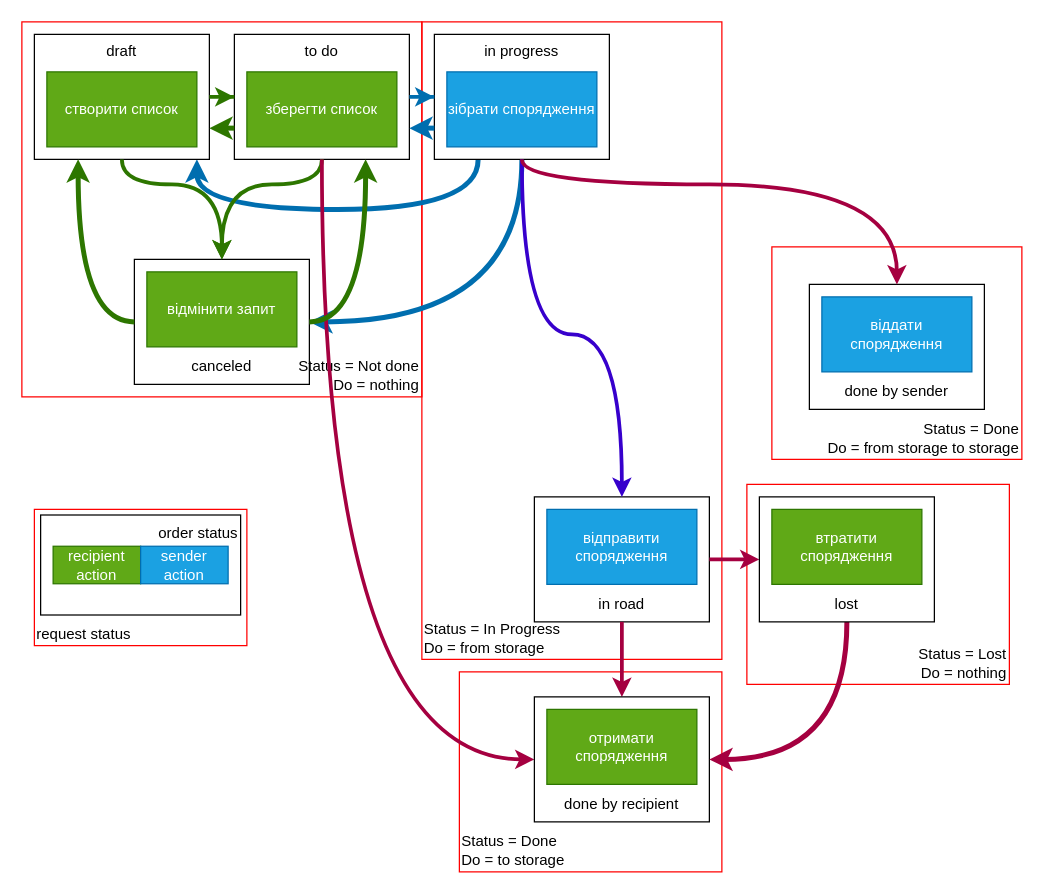
The draw.io diagram drawio/status processing.drawio in Aszhelt/MH_Training, before the edit. Source tidied: cells renumbered, new cells numbered last; positions are measured from the earlier drawing's top-left corner, leaving out a move shared by most shapes. Both pictures are drawn from the tidied source at 125%, with x=0, y=0 at pixel (21, 21).
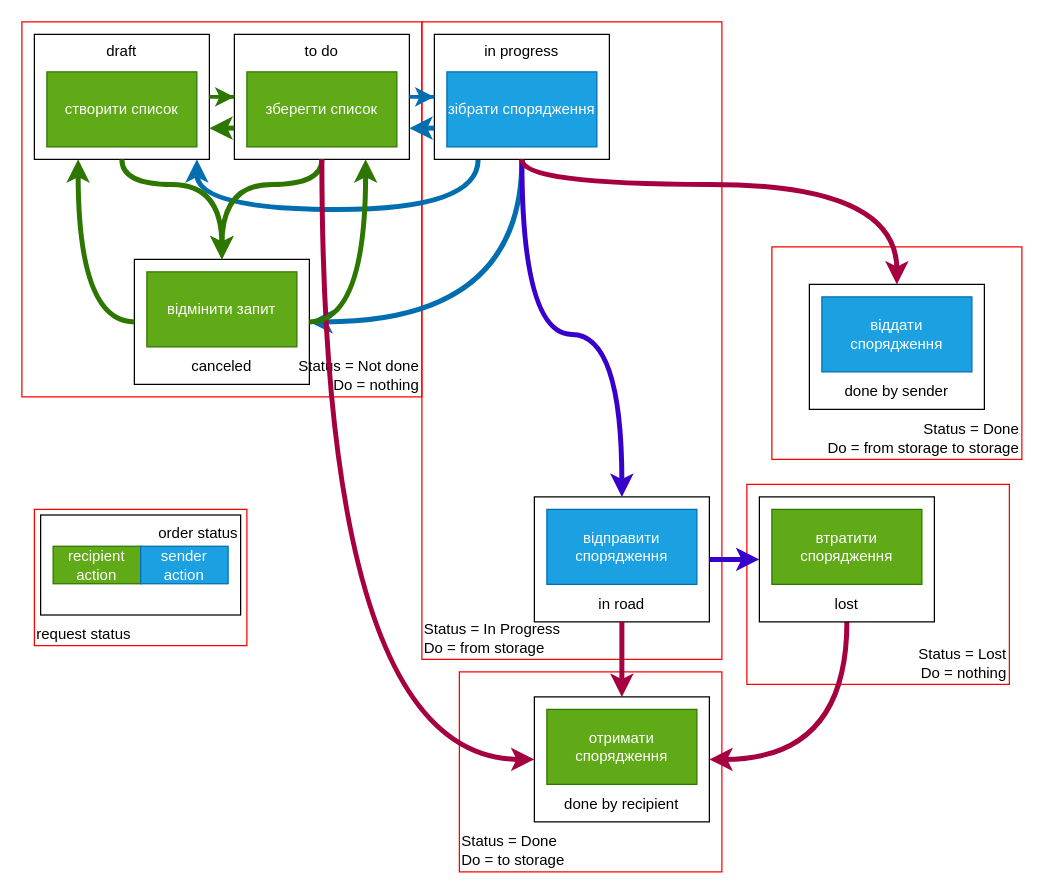
After the change.

The change refers to these unchanged cells:
```xml
<mxCell id="4" value="&lt;br&gt;&lt;br&gt;&lt;br&gt;&lt;br&gt;&lt;br&gt;done by sender" style="rounded=0;whiteSpace=wrap;html=1;fillColor=none;" parent="1" vertex="1">
  <mxGeometry x="630" y="210" width="140" height="100" as="geometry" />
</mxCell>
<mxCell id="5" value="&lt;br&gt;&lt;br&gt;&lt;br&gt;&lt;br&gt;&lt;br&gt;in road" style="rounded=0;whiteSpace=wrap;html=1;fillColor=none;" parent="1" vertex="1">
  <mxGeometry x="410" y="380" width="140" height="100" as="geometry" />
</mxCell>
<mxCell id="6" value="&lt;br&gt;&lt;br&gt;&lt;br&gt;&lt;br&gt;&lt;br&gt;canceled" style="rounded=0;whiteSpace=wrap;html=1;fillColor=none;" parent="1" vertex="1">
  <mxGeometry x="90" y="190" width="140" height="100" as="geometry" />
</mxCell>
<mxCell id="9" value="in progress&lt;br&gt;&lt;br&gt;&lt;br&gt;&lt;br&gt;&lt;br&gt;&lt;br&gt;" style="rounded=0;whiteSpace=wrap;html=1;fillColor=none;" parent="1" vertex="1">
  <mxGeometry x="330" y="10" width="140" height="100" as="geometry" />
</mxCell>
<mxCell id="10" value="to do&lt;br&gt;&lt;br&gt;&lt;br&gt;&lt;br&gt;&lt;br&gt;&lt;br&gt;" style="rounded=0;whiteSpace=wrap;html=1;fillColor=none;" parent="1" vertex="1">
  <mxGeometry x="170" y="10" width="140" height="100" as="geometry" />
</mxCell>
<mxCell id="11" value="draft&lt;br&gt;&lt;br&gt;&lt;br&gt;&lt;br&gt;&lt;br&gt;&lt;br&gt;" style="rounded=0;whiteSpace=wrap;html=1;fillColor=none;" parent="1" vertex="1">
  <mxGeometry x="10" y="10" width="140" height="100" as="geometry" />
</mxCell>
<mxCell id="30" value="&lt;br&gt;&lt;br&gt;&lt;br&gt;&lt;br&gt;&lt;br&gt;done by recipient" style="rounded=0;whiteSpace=wrap;html=1;fillColor=none;" parent="1" vertex="1">
  <mxGeometry x="410" y="540" width="140" height="100" as="geometry" />
</mxCell>
<mxCell id="33" value="&lt;br&gt;&lt;br&gt;&lt;br&gt;&lt;br&gt;&lt;br&gt;lost" style="rounded=0;whiteSpace=wrap;html=1;fillColor=none;" parent="1" vertex="1">
  <mxGeometry x="590" y="380" width="140" height="100" as="geometry" />
</mxCell>
```

Diff of the diagram source:
```diff
@@
+    <mxCell id="14" value="Status = Done&lt;br&gt;Do = from storage to storage" style="rounded=0;whiteSpace=wrap;html=1;align=right;fillColor=none;shadow=0;glass=0;verticalAlign=bottom;strokeColor=#FF0000;" parent="1" vertex="1">
+      <mxGeometry x="600" y="180" width="200" height="170" as="geometry" />
+    </mxCell>
@@
-    <mxCell id="14" value="Status = Done&lt;br&gt;Do = from storage to storage" style="rounded=0;whiteSpace=wrap;html=1;align=right;fillColor=none;shadow=0;glass=0;verticalAlign=bottom;strokeColor=#FF0000;" parent="1" vertex="1">
-      <mxGeometry x="600" y="180" width="200" height="170" as="geometry" />
-    </mxCell>
@@
-    <mxCell id="21" style="edgeStyle=orthogonalEdgeStyle;rounded=0;jettySize=auto;html=1;fillColor=#d80073;strokeColor=#A50040;endSize=6;strokeWidth=3;" parent="1" edge="1" source="5" target="30">
+    <mxCell id="21" style="edgeStyle=orthogonalEdgeStyle;rounded=0;jettySize=auto;html=1;fillColor=#d80073;strokeColor=#A50040;endSize=6;strokeWidth=4;" parent="1" edge="1" source="5" target="30">
       <mxGeometry relative="1" as="geometry" />
     </mxCell>
-    <mxCell id="22" style="edgeStyle=orthogonalEdgeStyle;rounded=0;jettySize=auto;html=1;fillColor=#d80073;strokeColor=#A50040;endSize=6;strokeWidth=3;" parent="1" edge="1" source="5" target="33">
+    <mxCell id="22" style="edgeStyle=orthogonalEdgeStyle;rounded=0;jettySize=auto;html=1;fillColor=#6a00ff;strokeColor=#3700CC;endSize=6;strokeWidth=4;" parent="1" edge="1" source="5" target="33">
       <mxGeometry relative="1" as="geometry" />
     </mxCell>
-    <mxCell id="23" style="edgeStyle=orthogonalEdgeStyle;jettySize=auto;html=1;fillColor=#6a00ff;strokeColor=#3700CC;endSize=6;strokeWidth=3;curved=1;" parent="1" edge="1" source="9" target="5">
+    <mxCell id="23" style="edgeStyle=orthogonalEdgeStyle;jettySize=auto;html=1;fillColor=#6a00ff;strokeColor=#3700CC;endSize=6;strokeWidth=4;curved=1;" parent="1" edge="1" source="9" target="5">
       <mxGeometry relative="1" as="geometry">
         <Array as="points">
           <mxPoint x="400" y="250" />
           <mxPoint x="480" y="250" />
         </Array>
       </mxGeometry>
     </mxCell>
-    <mxCell id="24" style="edgeStyle=orthogonalEdgeStyle;jettySize=auto;html=1;fillColor=#d80073;strokeColor=#A50040;endSize=6;strokeWidth=3;curved=1;" parent="1" edge="1" source="9" target="4">
+    <mxCell id="24" style="edgeStyle=orthogonalEdgeStyle;jettySize=auto;html=1;fillColor=#d80073;strokeColor=#A50040;endSize=6;strokeWidth=4;curved=1;" parent="1" edge="1" source="9" target="4">
       <mxGeometry relative="1" as="geometry">
         <Array as="points">
           <mxPoint x="400" y="130" />
           <mxPoint x="700" y="130" />
         </Array>
       </mxGeometry>
     </mxCell>
@@
-    <mxCell id="26" style="edgeStyle=orthogonalEdgeStyle;jettySize=auto;html=1;fillColor=#60a917;strokeColor=#2D7600;endSize=6;strokeWidth=3;curved=1;" parent="1" edge="1" source="10" target="6">
+    <mxCell id="26" style="edgeStyle=orthogonalEdgeStyle;jettySize=auto;html=1;fillColor=#60a917;strokeColor=#2D7600;endSize=6;strokeWidth=4;curved=1;" parent="1" edge="1" source="10" target="6">
       <mxGeometry relative="1" as="geometry">
         <Array as="points">
           <mxPoint x="240" y="130" />
           <mxPoint x="160" y="130" />
         </Array>
       </mxGeometry>
     </mxCell>
-    <mxCell id="27" style="edgeStyle=orthogonalEdgeStyle;jettySize=auto;html=1;exitX=0.5;exitY=1;exitDx=0;exitDy=0;fillColor=#d80073;strokeColor=#A50040;endSize=6;strokeWidth=3;curved=1;" parent="1" edge="1" source="10" target="30">
+    <mxCell id="27" style="edgeStyle=orthogonalEdgeStyle;jettySize=auto;html=1;exitX=0.5;exitY=1;exitDx=0;exitDy=0;fillColor=#d80073;strokeColor=#A50040;endSize=6;strokeWidth=4;curved=1;" parent="1" edge="1" source="10" target="30">
       <mxGeometry relative="1" as="geometry">
         <Array as="points">
           <mxPoint x="240" y="590" />
         </Array>
       </mxGeometry>
     </mxCell>
@@
-    <mxCell id="29" style="edgeStyle=orthogonalEdgeStyle;jettySize=auto;html=1;entryX=0.5;entryY=0;entryDx=0;entryDy=0;fillColor=#60a917;strokeColor=#2D7600;endSize=6;strokeWidth=3;curved=1;" parent="1" edge="1" source="11" target="6">
+    <mxCell id="29" style="edgeStyle=orthogonalEdgeStyle;jettySize=auto;html=1;entryX=0.5;entryY=0;entryDx=0;entryDy=0;fillColor=#60a917;strokeColor=#2D7600;endSize=6;strokeWidth=4;curved=1;" parent="1" edge="1" source="11" target="6">
       <mxGeometry relative="1" as="geometry">
         <Array as="points">
           <mxPoint x="80" y="130" />
           <mxPoint x="160" y="130" />
         </Array>
       </mxGeometry>
     </mxCell>
```
